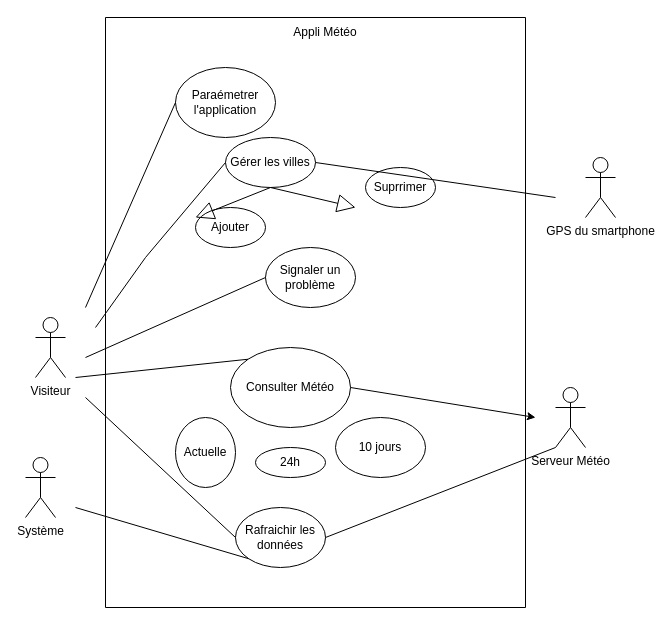
This is TP1_Exo3.drawio from lenny-vergerolle/lennyverg, a draw.io file, before an edit. Source tidied: cells renumbered, new cells numbered last; positions are measured from the earlier drawing's top-left corner, leaving out a move shared by most shapes. Both pictures are drawn from the tidied source at 100%, with x=0, y=0 at pixel (25, 17).
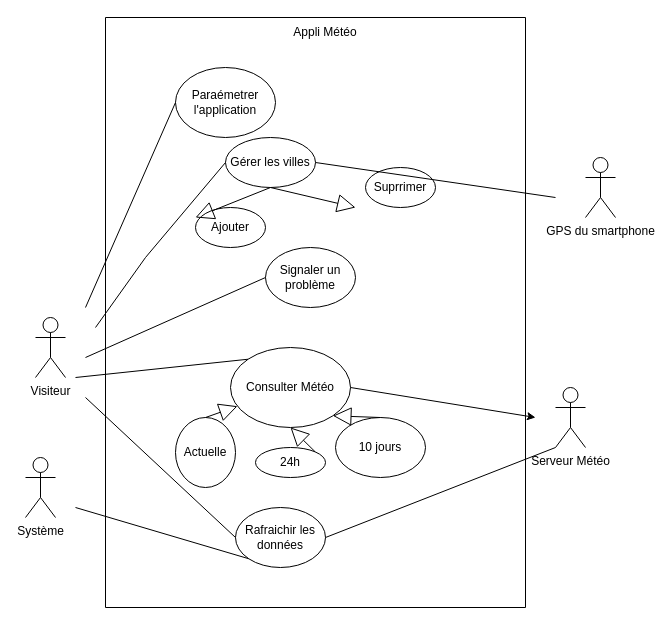
The same diagram, later.

Commit message (it also covers changes not shown here):
Mettre à jour TP1_Exo3.drawio

Unchanged cells that the change refers to:
```xml
<mxCell id="2" style="swimlane;startSize=0;" parent="1" vertex="1">
  <mxGeometry x="80" width="420" height="590" as="geometry" />
</mxCell>
<mxCell id="9" value="Actuelle" style="ellipse;whiteSpace=wrap;html=1;" parent="2" vertex="1">
  <mxGeometry x="70" y="400" width="60" height="70" as="geometry" />
</mxCell>
<mxCell id="10" value="24h" style="ellipse;whiteSpace=wrap;html=1;" parent="2" vertex="1">
  <mxGeometry x="150" y="430" width="70" height="30" as="geometry" />
</mxCell>
<mxCell id="11" value="10 jours" style="ellipse;whiteSpace=wrap;html=1;" parent="2" vertex="1">
  <mxGeometry x="230" y="400" width="90" height="60" as="geometry" />
</mxCell>
<mxCell id="13" value="Consulter Météo" style="ellipse;whiteSpace=wrap;html=1;" parent="2" vertex="1">
  <mxGeometry x="125" y="330" width="120" height="80" as="geometry" />
</mxCell>
```

The edit, as a diff of the source:
```diff
@@
+    <mxCell id="29" style="endArrow=block;endSize=16;endFill=0;html=1;rounded=0;exitX=0.5;exitY=0;exitDx=0;exitDy=0;" parent="2" edge="1" source="9" target="13">
+      <mxGeometry x="1" y="-198" relative="1" as="geometry">
+        <mxPoint x="150" y="-68" as="offset" />
+      </mxGeometry>
+    </mxCell>
+    <mxCell id="30" style="endArrow=block;endSize=16;endFill=0;html=1;rounded=0;entryX=0.5;entryY=1;entryDx=0;entryDy=0;exitX=1;exitY=0;exitDx=0;exitDy=0;" parent="2" edge="1" source="10" target="13">
+      <mxGeometry x="1" y="-198" relative="1" as="geometry">
+        <mxPoint x="150" y="-68" as="offset" />
+      </mxGeometry>
+    </mxCell>
+    <mxCell id="31" style="endArrow=block;endSize=16;endFill=0;html=1;rounded=0;exitX=0.5;exitY=0;exitDx=0;exitDy=0;entryX=1;entryY=1;entryDx=0;entryDy=0;" parent="2" edge="1" source="11" target="13">
+      <mxGeometry x="1" y="-198" relative="1" as="geometry">
+        <mxPoint x="150" y="-68" as="offset" />
+      </mxGeometry>
+    </mxCell>
```
